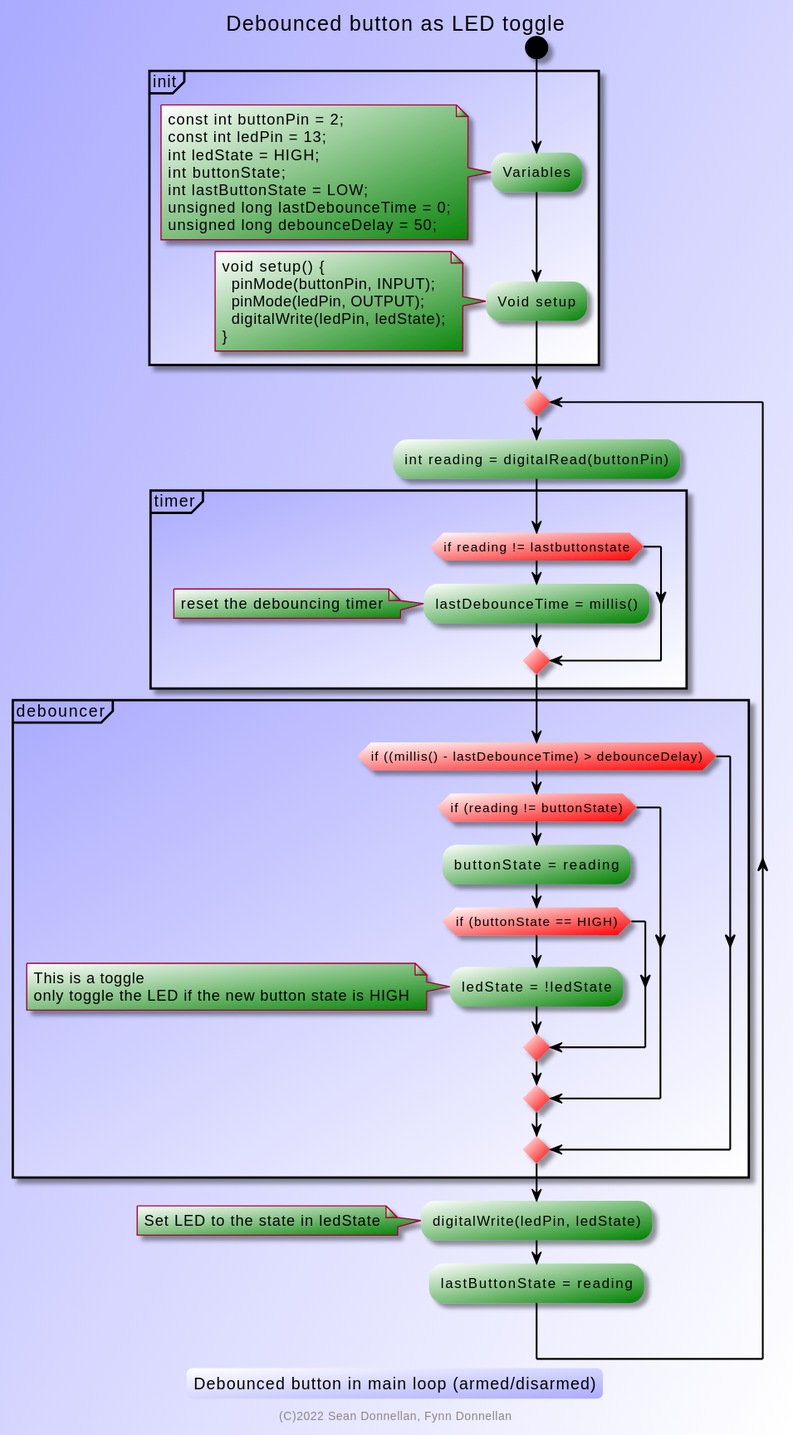
The PlantUML diagram images/debounce.svg in donnels/kerbal-control, before a commit.
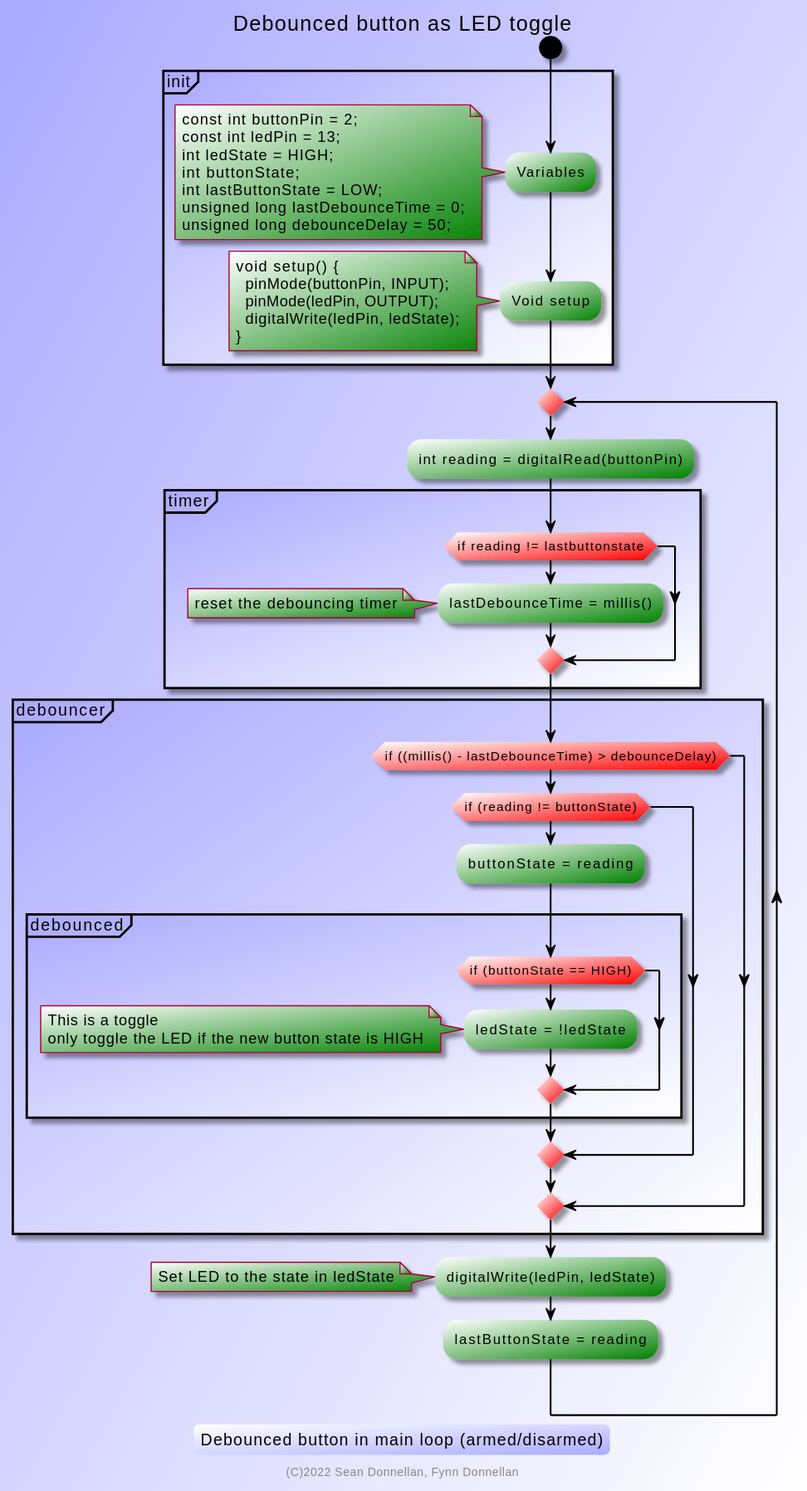
After the change.

Change to the diagram source:
```diff
@@ -55,13 +55,15 @@
       if (if ((millis() - lastDebounceTime) > debounceDelay))
         if (if (reading != buttonState))
           :buttonState = reading;
-          if (if (buttonState == HIGH))
-            :ledState = !ledState;
-            note left
-              This is a toggle
-              only toggle the LED if the new button state is HIGH
-            end note
-          endif
+	  partition debounced {
+          	if (if (buttonState == HIGH))
+            		:ledState = !ledState;
+            		note left
+              			This is a toggle
+              			only toggle the LED if the new button state is HIGH
+            		end note
+          	endif
+	  }
         endif
       endif
     }
```
